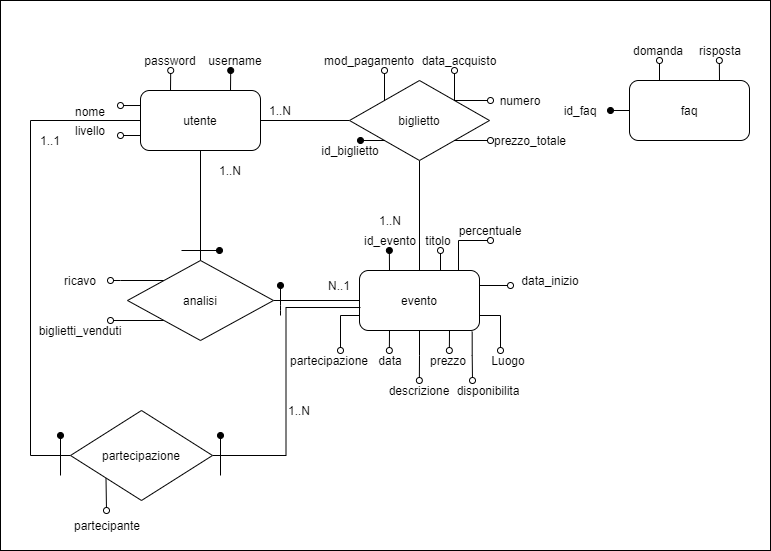
Above: schema-er.png in tottagiovanni/progetto_tecno_web (draw.io), before the change. Source tidied: cells renumbered, new cells last; positions are measured from the earlier drawing's top-left corner, leaving out a move shared by most shapes.
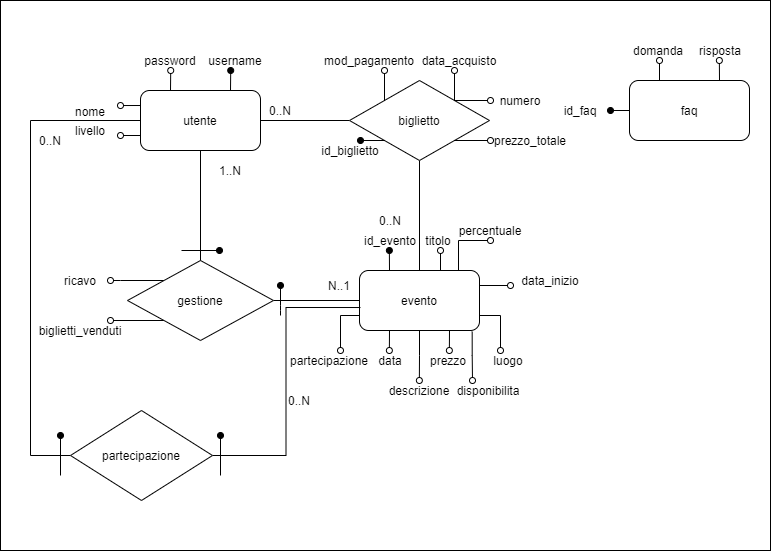
Later version of the same file.

Commit message:
Aggiornato schema er e db mysql

Change to the diagram source:
```diff
@@ -123,7 +123,7 @@
     <mxCell id="27" value="data" style="text;html=1;strokeColor=none;fillColor=none;align=center;verticalAlign=middle;whiteSpace=wrap;rounded=0;" parent="1" vertex="1">
       <mxGeometry x="370" y="350" width="40" height="20" as="geometry" />
     </mxCell>
-    <mxCell id="28" value="Luogo" style="text;html=1;strokeColor=none;fillColor=none;align=center;verticalAlign=middle;whiteSpace=wrap;rounded=0;" parent="1" vertex="1">
+    <mxCell id="28" value="luogo" style="text;html=1;strokeColor=none;fillColor=none;align=center;verticalAlign=middle;whiteSpace=wrap;rounded=0;" parent="1" vertex="1">
       <mxGeometry x="488" y="350" width="40" height="20" as="geometry" />
     </mxCell>
     <mxCell id="29" value="descrizione" style="text;html=1;strokeColor=none;fillColor=none;align=center;verticalAlign=middle;whiteSpace=wrap;rounded=0;" parent="1" vertex="1">
@@ -171,7 +171,7 @@
         </Array>
       </mxGeometry>
     </mxCell>
-    <mxCell id="40" value="analisi" style="rhombus;whiteSpace=wrap;html=1;" parent="1" vertex="1">
+    <mxCell id="40" value="gestione" style="rhombus;whiteSpace=wrap;html=1;" parent="1" vertex="1">
       <mxGeometry x="127" y="260" width="146" height="80" as="geometry" />
     </mxCell>
     <mxCell id="41" value="ricavo" style="text;html=1;strokeColor=none;fillColor=none;align=center;verticalAlign=middle;whiteSpace=wrap;rounded=0;" parent="1" vertex="1">
@@ -262,11 +262,6 @@
     <mxCell id="62" style="edgeStyle=orthogonalEdgeStyle;rounded=0;jettySize=auto;html=1;exitX=1;exitY=0.5;exitDx=0;exitDy=0;entryX=0.008;entryY=0.617;entryDx=0;entryDy=0;entryPerimeter=0;endArrow=none;endFill=0;" parent="1" edge="1" source="64" target="13">
       <mxGeometry relative="1" as="geometry" />
     </mxCell>
-    <mxCell id="63" style="edgeStyle=orthogonalEdgeStyle;rounded=0;jettySize=auto;html=1;exitX=0;exitY=1;exitDx=0;exitDy=0;endArrow=oval;endFill=0;" parent="1" edge="1" source="64">
-      <mxGeometry relative="1" as="geometry">
-        <mxPoint x="106" y="510" as="targetPoint" />
-      </mxGeometry>
-    </mxCell>
     <mxCell id="64" value="partecipazione" style="rhombus;whiteSpace=wrap;html=1;" parent="1" vertex="1">
       <mxGeometry x="70" y="410" width="142" height="90" as="geometry" />
     </mxCell>
@@ -282,13 +277,10 @@
         <mxPoint x="60" y="435" as="targetPoint" />
       </mxGeometry>
     </mxCell>
-    <mxCell id="67" value="partecipante" style="text;html=1;strokeColor=none;fillColor=none;align=center;verticalAlign=middle;whiteSpace=wrap;rounded=0;" parent="1" vertex="1">
-      <mxGeometry x="87" y="515" width="40" height="20" as="geometry" />
-    </mxCell>
-    <mxCell id="68" value="1..N" style="text;html=1;strokeColor=none;fillColor=none;align=center;verticalAlign=middle;whiteSpace=wrap;rounded=0;" parent="1" vertex="1">
+    <mxCell id="68" value="0..N" style="text;html=1;strokeColor=none;fillColor=none;align=center;verticalAlign=middle;whiteSpace=wrap;rounded=0;" parent="1" vertex="1">
       <mxGeometry x="260" y="100" width="40" height="20" as="geometry" />
     </mxCell>
-    <mxCell id="69" value="1..N" style="text;html=1;strokeColor=none;fillColor=none;align=center;verticalAlign=middle;whiteSpace=wrap;rounded=0;" parent="1" vertex="1">
+    <mxCell id="69" value="0..N" style="text;html=1;strokeColor=none;fillColor=none;align=center;verticalAlign=middle;whiteSpace=wrap;rounded=0;" parent="1" vertex="1">
       <mxGeometry x="370" y="210" width="40" height="20" as="geometry" />
     </mxCell>
     <mxCell id="70" value="1..N" style="text;html=1;strokeColor=none;fillColor=none;align=center;verticalAlign=middle;whiteSpace=wrap;rounded=0;" parent="1" vertex="1">
@@ -297,11 +289,11 @@
     <mxCell id="71" value="N..1" style="text;html=1;strokeColor=none;fillColor=none;align=center;verticalAlign=middle;whiteSpace=wrap;rounded=0;" parent="1" vertex="1">
       <mxGeometry x="319" y="275" width="40" height="20" as="geometry" />
     </mxCell>
-    <mxCell id="72" value="1..1" style="text;html=1;strokeColor=none;fillColor=none;align=center;verticalAlign=middle;whiteSpace=wrap;rounded=0;" parent="1" vertex="1">
+    <mxCell id="72" value="0..N" style="text;html=1;strokeColor=none;fillColor=none;align=center;verticalAlign=middle;whiteSpace=wrap;rounded=0;" parent="1" vertex="1">
       <mxGeometry x="30" y="130" width="40" height="20" as="geometry" />
     </mxCell>
-    <mxCell id="73" value="1..N" style="text;html=1;strokeColor=none;fillColor=none;align=center;verticalAlign=middle;whiteSpace=wrap;rounded=0;" parent="1" vertex="1">
-      <mxGeometry x="279" y="400" width="40" height="20" as="geometry" />
+    <mxCell id="73" value="0..N" style="text;html=1;strokeColor=none;fillColor=none;align=center;verticalAlign=middle;whiteSpace=wrap;rounded=0;" parent="1" vertex="1">
+      <mxGeometry x="279" y="390" width="40" height="20" as="geometry" />
     </mxCell>
     <mxCell id="74" value="id_biglietto" style="text;html=1;strokeColor=none;fillColor=none;align=center;verticalAlign=middle;whiteSpace=wrap;rounded=0;" parent="1" vertex="1">
       <mxGeometry x="330" y="140" width="40" height="20" as="geometry" />
```
